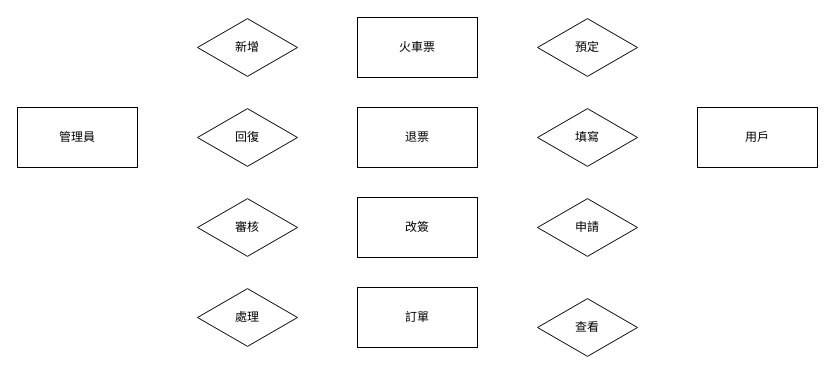
Above: drawio/圖3-1 系統ER圖.drawio in Roseller37/UML-diagram2 (draw.io), before the change. Source tidied: cells renumbered, new cells numbered last; positions are measured from the earlier drawing's top-left corner, leaving out a move shared by most shapes. Both pictures are drawn from the tidied source at 100%, with x=0, y=0 at pixel (17, 17).
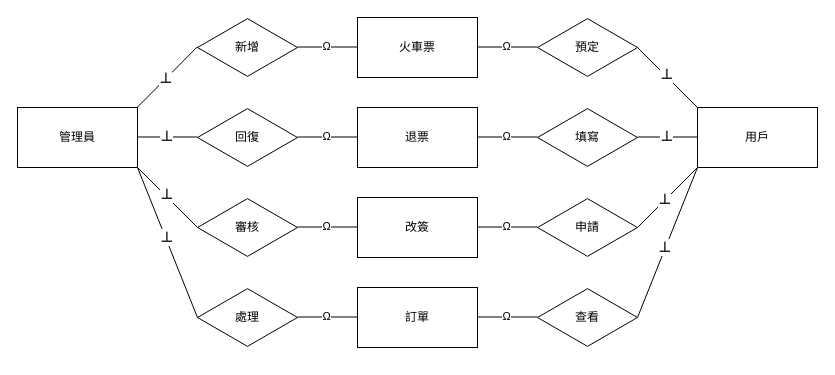
Above is the later version.

Commit message:
更新圖3-1 系統ER圖.drawio

Change to the diagram source:
```diff
@@
     <mxCell id="15" value="查看" style="html=1;whiteSpace=wrap;shape=isoRectangle;" parent="1" vertex="1">
-      <mxGeometry x="520" y="280" width="100" height="60" as="geometry" />
+      <mxGeometry x="520" y="270" width="100" height="60" as="geometry" />
     </mxCell>
+    <mxCell id="16" style="endArrow=none;html=1;rounded=0;entryX=0.004;entryY=0.487;entryDx=0;entryDy=0;entryPerimeter=0;" parent="1" edge="1">
+      <mxGeometry relative="1" as="geometry">
+        <mxPoint x="119.6" y="90" as="sourcePoint" />
+        <mxPoint x="180" y="29.2" as="targetPoint" />
+      </mxGeometry>
+    </mxCell>
+    <mxCell id="17" value="&lt;b style=&quot;color: rgb(32, 33, 36); font-family: &amp;quot;Google Sans&amp;quot;, arial, sans-serif; font-size: 14px; text-align: left;&quot;&gt;⊥&lt;/b&gt;" style="edgeLabel;html=1;align=center;verticalAlign=middle;" parent="16" vertex="1">
+      <mxGeometry x="-0.07" y="1" relative="1" as="geometry" />
+    </mxCell>
+    <mxCell id="18" style="endArrow=none;html=1;rounded=0;" parent="1" edge="1">
+      <mxGeometry relative="1" as="geometry">
+        <mxPoint x="280" y="29.5" as="sourcePoint" />
+        <mxPoint x="340" y="29.5" as="targetPoint" />
+      </mxGeometry>
+    </mxCell>
+    <mxCell id="19" value="Ω" style="edgeLabel;html=1;align=center;verticalAlign=middle;" parent="18" vertex="1">
+      <mxGeometry x="-0.07" y="1" relative="1" as="geometry" />
+    </mxCell>
+    <mxCell id="20" style="endArrow=none;html=1;rounded=0;" parent="1" edge="1">
+      <mxGeometry relative="1" as="geometry">
+        <mxPoint x="280" y="119.5" as="sourcePoint" />
+        <mxPoint x="340" y="119.5" as="targetPoint" />
+      </mxGeometry>
+    </mxCell>
+    <mxCell id="21" value="Ω" style="edgeLabel;html=1;align=center;verticalAlign=middle;" parent="20" vertex="1">
+      <mxGeometry x="-0.07" y="1" relative="1" as="geometry" />
+    </mxCell>
+    <mxCell id="22" style="endArrow=none;html=1;rounded=0;" parent="1" edge="1">
+      <mxGeometry relative="1" as="geometry">
+        <mxPoint x="280" y="299.5" as="sourcePoint" />
+        <mxPoint x="340" y="299.5" as="targetPoint" />
+      </mxGeometry>
+    </mxCell>
+    <mxCell id="23" value="Ω" style="edgeLabel;html=1;align=center;verticalAlign=middle;" parent="22" vertex="1">
+      <mxGeometry x="-0.07" y="1" relative="1" as="geometry" />
+    </mxCell>
+    <mxCell id="24" style="endArrow=none;html=1;rounded=0;" parent="1" edge="1">
+      <mxGeometry relative="1" as="geometry">
+        <mxPoint x="280" y="209.5" as="sourcePoint" />
+        <mxPoint x="340" y="209.5" as="targetPoint" />
+      </mxGeometry>
+    </mxCell>
+    <mxCell id="25" value="Ω" style="edgeLabel;html=1;align=center;verticalAlign=middle;" parent="24" vertex="1">
+      <mxGeometry x="-0.07" y="1" relative="1" as="geometry" />
+    </mxCell>
+    <mxCell id="26" style="endArrow=none;html=1;rounded=0;" parent="1" edge="1">
+      <mxGeometry relative="1" as="geometry">
+        <mxPoint x="460" y="29.5" as="sourcePoint" />
+        <mxPoint x="520" y="29.5" as="targetPoint" />
+      </mxGeometry>
+    </mxCell>
+    <mxCell id="27" value="Ω" style="edgeLabel;html=1;align=center;verticalAlign=middle;" parent="26" vertex="1">
+      <mxGeometry x="-0.07" y="1" relative="1" as="geometry" />
+    </mxCell>
+    <mxCell id="28" style="endArrow=none;html=1;rounded=0;" parent="1" edge="1">
+      <mxGeometry relative="1" as="geometry">
+        <mxPoint x="460" y="119.5" as="sourcePoint" />
+        <mxPoint x="520" y="119.5" as="targetPoint" />
+      </mxGeometry>
+    </mxCell>
+    <mxCell id="29" value="Ω" style="edgeLabel;html=1;align=center;verticalAlign=middle;" parent="28" vertex="1">
+      <mxGeometry x="-0.07" y="1" relative="1" as="geometry" />
+    </mxCell>
+    <mxCell id="30" style="endArrow=none;html=1;rounded=0;" parent="1" edge="1">
+      <mxGeometry relative="1" as="geometry">
+        <mxPoint x="460" y="299.5" as="sourcePoint" />
+        <mxPoint x="520" y="299.5" as="targetPoint" />
+      </mxGeometry>
+    </mxCell>
+    <mxCell id="31" value="Ω" style="edgeLabel;html=1;align=center;verticalAlign=middle;" parent="30" vertex="1">
+      <mxGeometry x="-0.07" y="1" relative="1" as="geometry" />
+    </mxCell>
+    <mxCell id="32" style="endArrow=none;html=1;rounded=0;" parent="1" edge="1">
+      <mxGeometry relative="1" as="geometry">
+        <mxPoint x="460" y="209.5" as="sourcePoint" />
+        <mxPoint x="520" y="209.5" as="targetPoint" />
+      </mxGeometry>
+    </mxCell>
+    <mxCell id="33" value="Ω" style="edgeLabel;html=1;align=center;verticalAlign=middle;" parent="32" vertex="1">
+      <mxGeometry x="-0.07" y="1" relative="1" as="geometry" />
+    </mxCell>
+    <mxCell id="34" style="endArrow=none;html=1;rounded=0;" parent="1" edge="1">
+      <mxGeometry relative="1" as="geometry">
+        <mxPoint x="120" y="150" as="sourcePoint" />
+        <mxPoint x="180" y="300" as="targetPoint" />
+      </mxGeometry>
+    </mxCell>
+    <mxCell id="35" value="&lt;b style=&quot;color: rgb(32, 33, 36); font-family: &amp;quot;Google Sans&amp;quot;, arial, sans-serif; font-size: 14px; text-align: left;&quot;&gt;⊥&lt;/b&gt;" style="edgeLabel;html=1;align=center;verticalAlign=middle;" parent="34" vertex="1">
+      <mxGeometry x="-0.07" y="1" relative="1" as="geometry" />
+    </mxCell>
+    <mxCell id="36" style="endArrow=none;html=1;rounded=0;" parent="1" edge="1">
+      <mxGeometry relative="1" as="geometry">
+        <mxPoint x="120" y="150" as="sourcePoint" />
+        <mxPoint x="180" y="210" as="targetPoint" />
+      </mxGeometry>
+    </mxCell>
+    <mxCell id="37" value="&lt;b style=&quot;color: rgb(32, 33, 36); font-family: &amp;quot;Google Sans&amp;quot;, arial, sans-serif; font-size: 14px; text-align: left;&quot;&gt;⊥&lt;/b&gt;" style="edgeLabel;html=1;align=center;verticalAlign=middle;" parent="36" vertex="1">
+      <mxGeometry x="-0.07" y="1" relative="1" as="geometry" />
+    </mxCell>
+    <mxCell id="38" style="endArrow=none;html=1;rounded=0;" parent="1" edge="1">
+      <mxGeometry relative="1" as="geometry">
+        <mxPoint x="120" y="119.5" as="sourcePoint" />
+        <mxPoint x="180" y="119.5" as="targetPoint" />
+      </mxGeometry>
+    </mxCell>
+    <mxCell id="39" value="&lt;b style=&quot;color: rgb(32, 33, 36); font-family: &amp;quot;Google Sans&amp;quot;, arial, sans-serif; font-size: 14px; text-align: left;&quot;&gt;⊥&lt;/b&gt;" style="edgeLabel;html=1;align=center;verticalAlign=middle;" parent="38" vertex="1">
+      <mxGeometry x="-0.07" y="1" relative="1" as="geometry" />
+    </mxCell>
+    <mxCell id="40" style="endArrow=none;html=1;rounded=0;" parent="1" edge="1">
+      <mxGeometry relative="1" as="geometry">
+        <mxPoint x="620" y="30" as="sourcePoint" />
+        <mxPoint x="680" y="90" as="targetPoint" />
+      </mxGeometry>
+    </mxCell>
+    <mxCell id="41" value="&lt;b style=&quot;color: rgb(32, 33, 36); font-family: &amp;quot;Google Sans&amp;quot;, arial, sans-serif; font-size: 14px; text-align: left;&quot;&gt;⊥&lt;/b&gt;" style="edgeLabel;html=1;align=center;verticalAlign=middle;" parent="40" vertex="1">
+      <mxGeometry x="-0.07" y="1" relative="1" as="geometry" />
+    </mxCell>
+    <mxCell id="42" style="endArrow=none;html=1;rounded=0;" parent="1" edge="1">
+      <mxGeometry relative="1" as="geometry">
+        <mxPoint x="620" y="300" as="sourcePoint" />
+        <mxPoint x="680" y="150" as="targetPoint" />
+      </mxGeometry>
+    </mxCell>
+    <mxCell id="43" value="&lt;b style=&quot;color: rgb(32, 33, 36); font-family: &amp;quot;Google Sans&amp;quot;, arial, sans-serif; font-size: 14px; text-align: left;&quot;&gt;⊥&lt;/b&gt;" style="edgeLabel;html=1;align=center;verticalAlign=middle;" parent="42" vertex="1">
+      <mxGeometry x="-0.07" y="1" relative="1" as="geometry" />
+    </mxCell>
+    <mxCell id="44" style="endArrow=none;html=1;rounded=0;" parent="1" edge="1">
+      <mxGeometry relative="1" as="geometry">
+        <mxPoint x="620" y="210" as="sourcePoint" />
+        <mxPoint x="680" y="150" as="targetPoint" />
+      </mxGeometry>
+    </mxCell>
+    <mxCell id="45" value="&lt;b style=&quot;color: rgb(32, 33, 36); font-family: &amp;quot;Google Sans&amp;quot;, arial, sans-serif; font-size: 14px; text-align: left;&quot;&gt;⊥&lt;/b&gt;" style="edgeLabel;html=1;align=center;verticalAlign=middle;" parent="44" vertex="1">
+      <mxGeometry x="-0.07" y="1" relative="1" as="geometry" />
+    </mxCell>
+    <mxCell id="46" style="endArrow=none;html=1;rounded=0;" parent="1" edge="1">
+      <mxGeometry relative="1" as="geometry">
+        <mxPoint x="620" y="119.5" as="sourcePoint" />
+        <mxPoint x="680" y="119.5" as="targetPoint" />
+      </mxGeometry>
+    </mxCell>
+    <mxCell id="47" value="&lt;b style=&quot;color: rgb(32, 33, 36); font-family: &amp;quot;Google Sans&amp;quot;, arial, sans-serif; font-size: 14px; text-align: left;&quot;&gt;⊥&lt;/b&gt;" style="edgeLabel;html=1;align=center;verticalAlign=middle;" parent="46" vertex="1">
+      <mxGeometry x="-0.07" y="1" relative="1" as="geometry" />
+    </mxCell>
```
